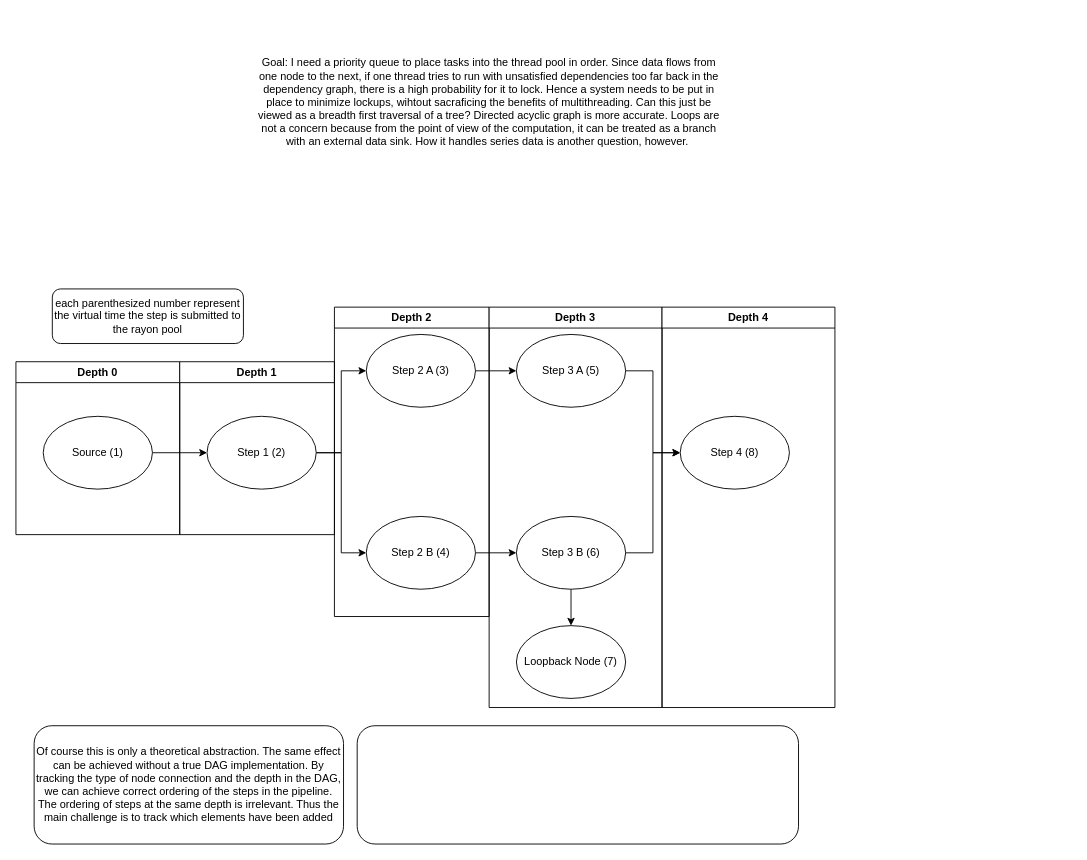
Above: drawio/refactored_thread_pool.drawio in MalinkyZubr/zubr_dsp (draw.io), before the change. Source tidied: cells renumbered, new cells numbered last; positions are measured from the earlier drawing's top-left corner, leaving out a move shared by most shapes. Both pictures are drawn from the tidied source at 91%, with x=0, y=0 at pixel (15, 15).
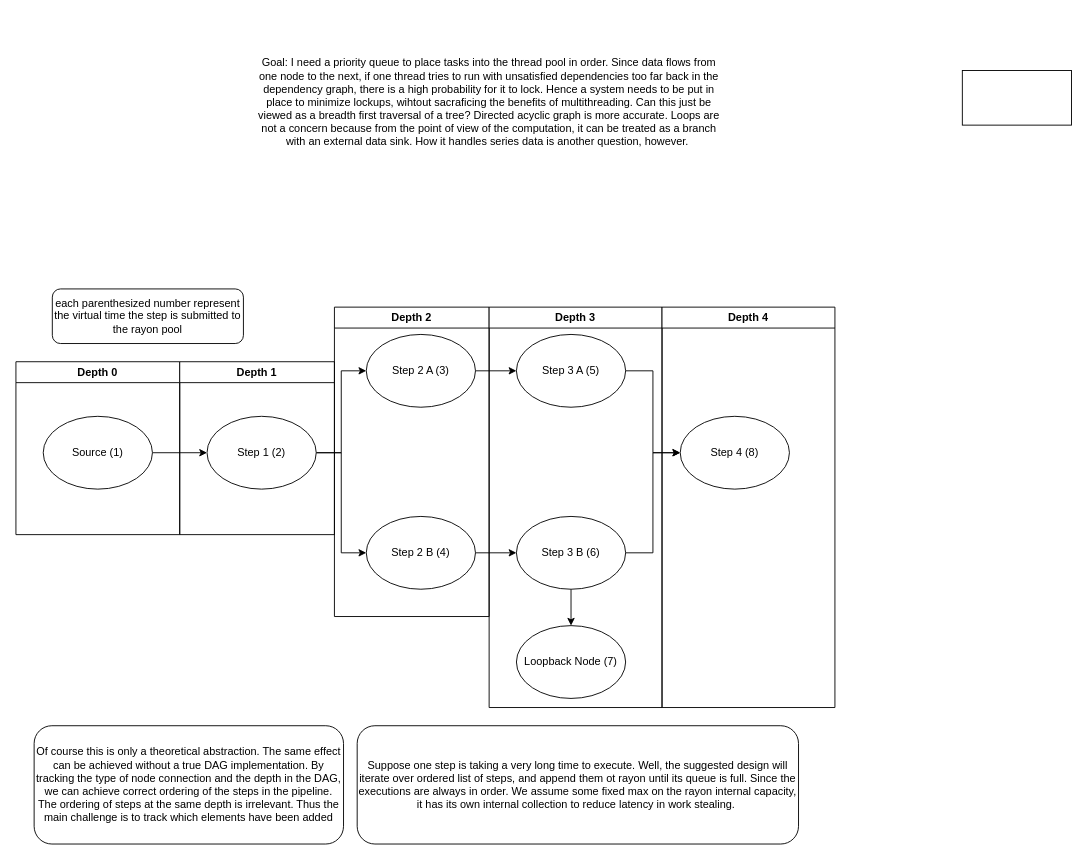
Above is the later version.

The edit, as a diff of the source:
```diff
@@
-    <mxCell id="26" style="rounded=1;whiteSpace=wrap;html=1;" parent="1" vertex="1">
+    <mxCell id="26" value="Suppose one step is taking a very long time to execute. Well, the suggested design will iterate over ordered list of steps, and append them ot rayon until its queue is full. Since the executions are always in order. We assume some fixed max on the rayon internal capacity, it has its own internal collection to reduce latency in work stealing.&amp;nbsp;" style="rounded=1;whiteSpace=wrap;html=1;" parent="1" vertex="1">
       <mxGeometry x="375" y="780" width="485" height="130" as="geometry" />
     </mxCell>
+    <mxCell id="27" style="rounded=0;whiteSpace=wrap;html=1;" parent="1" vertex="1">
+      <mxGeometry x="1040" y="60" width="120" height="60" as="geometry" />
+    </mxCell>
```
